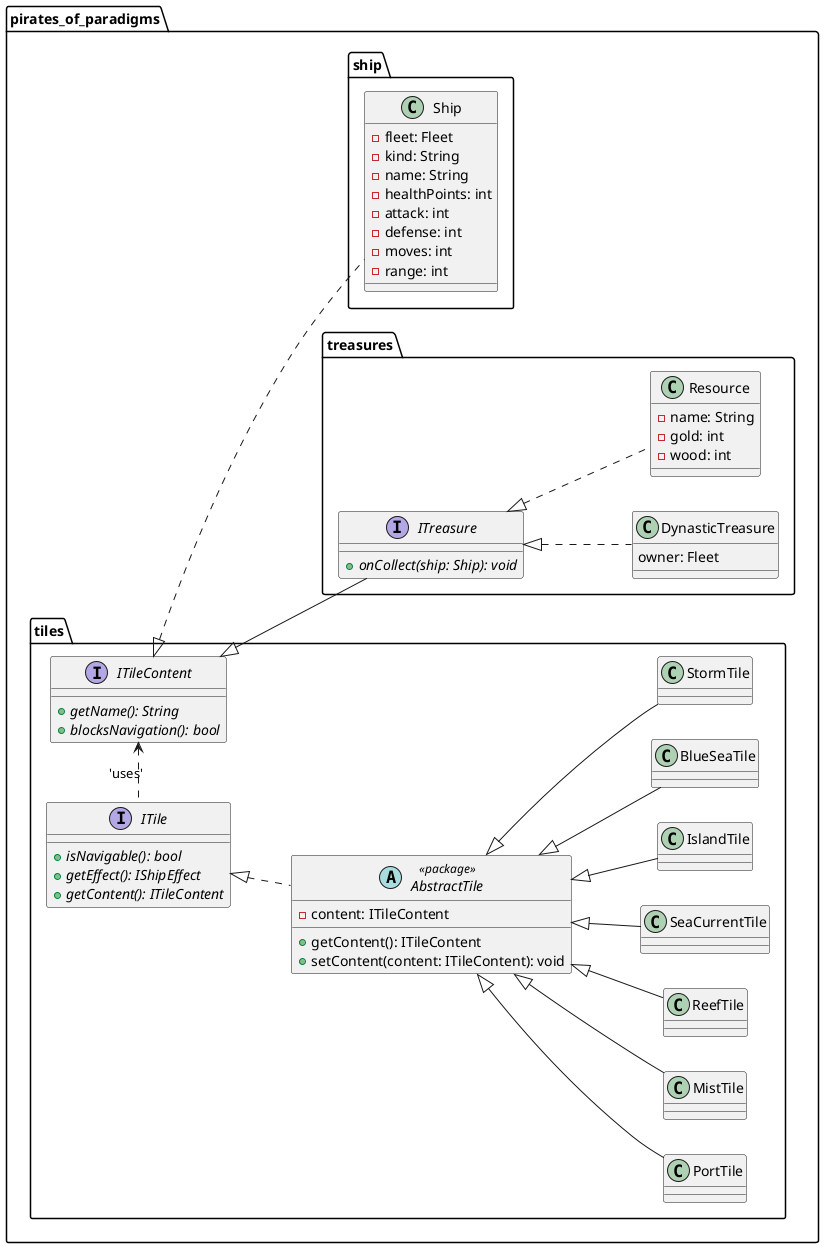
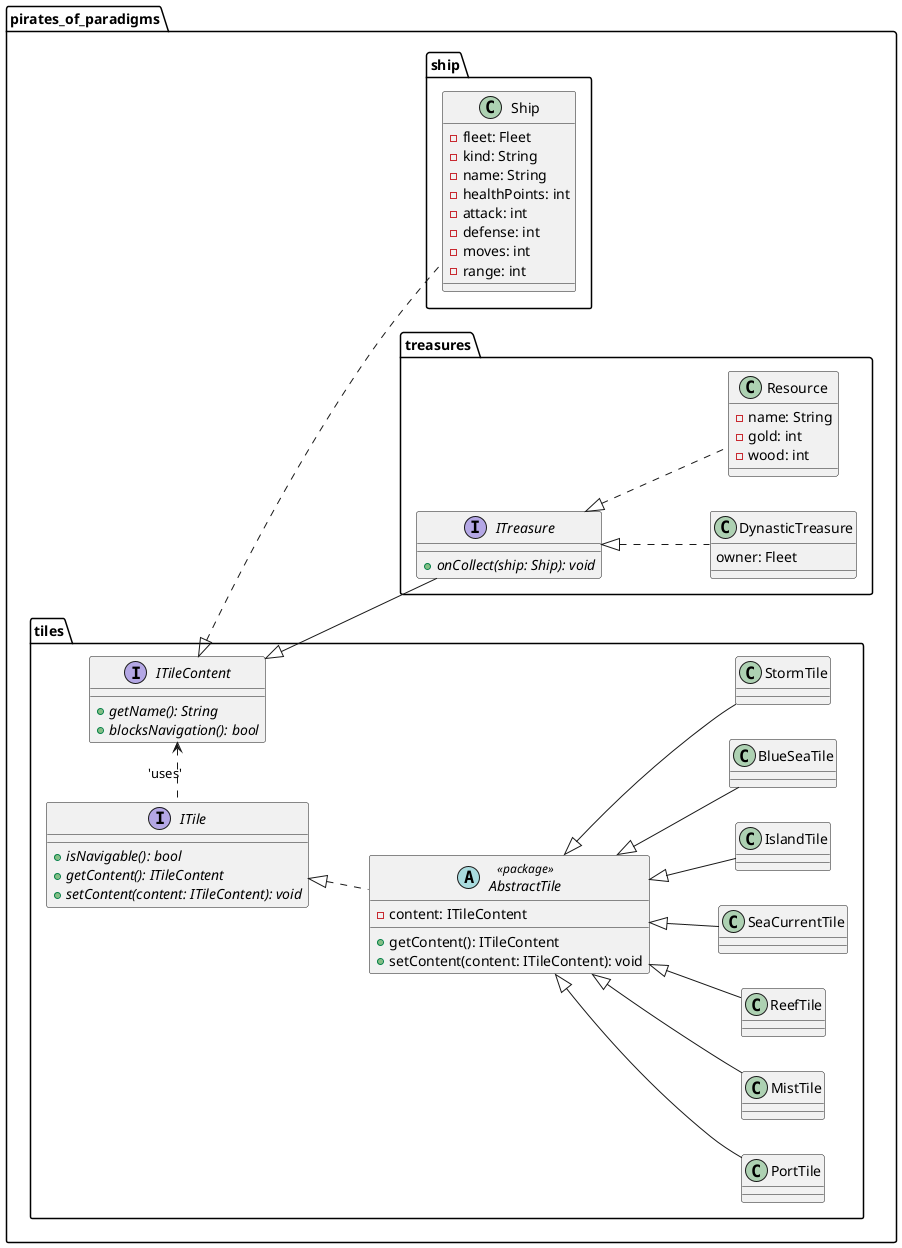
@startuml
left to right direction

package "pirates_of_paradigms" {
    package "tiles" {
        interface ITile
        interface ITileContent
        abstract AbstractTile <<package>> implements ITile
        class BlueSeaTile extends AbstractTile
        class StormTile extends AbstractTile
        class PortTile extends AbstractTile
        class MistTile extends AbstractTile
        class ReefTile extends AbstractTile
        class SeaCurrentTile extends AbstractTile
        class IslandTile extends AbstractTile
        ITileContent <. ITile : 'uses'
    }

    package "treasures" {
        interface ITreasure implements pirates_of_paradigms.tiles.ITileContent
        class Resource implements ITreasure
        class DynasticTreasure implements ITreasure
    }

    package "ship" {
        class Ship implements pirates_of_paradigms.tiles.ITileContent
    }
}

' ################################################################
' Esta sección es para definir miembros y metodos
' ################################################################

interface pirates_of_paradigms.tiles.ITile {
    + {abstract} isNavigable(): bool
-     + {abstract} getEffect(): IShipEffect
    + {abstract} getContent(): ITileContent
+     + {abstract} setContent(content: ITileContent): void
}

interface pirates_of_paradigms.tiles.ITileContent {
    + {abstract} getName(): String
    + {abstract} blocksNavigation(): bool
}

abstract pirates_of_paradigms.tiles.AbstractTile {
    - content: ITileContent
    + getContent(): ITileContent
    + setContent(content: ITileContent): void
}

interface pirates_of_paradigms.treasures.ITreasure {
    + {abstract} onCollect(ship: Ship): void
}

class pirates_of_paradigms.treasures.Resource {
    - name: String
    - gold: int
    - wood: int
}

class pirates_of_paradigms.treasures.DynasticTreasure {
    owner: Fleet
}

class pirates_of_paradigms.ship.Ship {
    - fleet: Fleet
    - kind: String
    - name: String
    - healthPoints: int
    - attack: int
    - defense: int
    - moves: int
    - range: int
}

@enduml